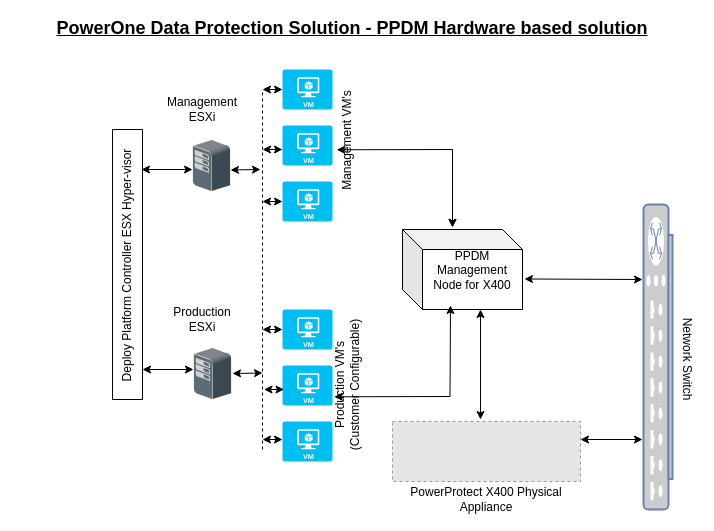
vishwa2311/PowerProtect keeps this draw.io diagram as Untitled Diagram.drawio. Above is the earlier version. Source tidied: cells renumbered, new cells numbered last; positions are measured from the earlier drawing's top-left corner, leaving out a move shared by most shapes. Both pictures are drawn from the tidied source at 100%, with x=0, y=0 at pixel (-8, 18). Pictures stored in the file or linked from it are replaced by grey dashed boxes.
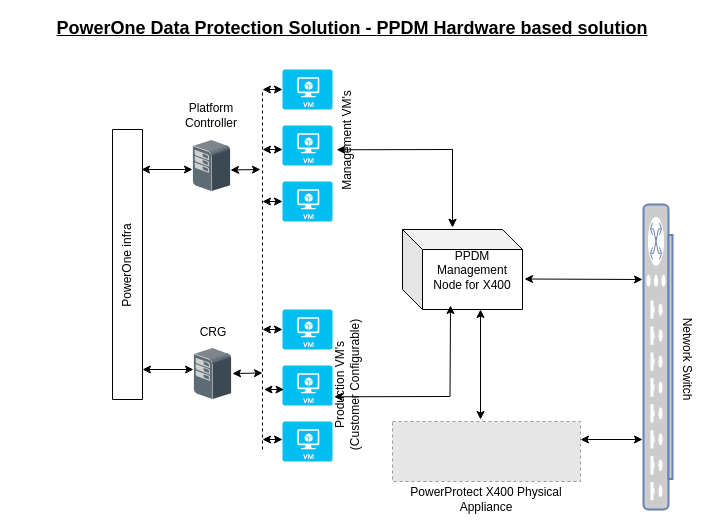
The same page after the edit.

Diff of the diagram source:
```diff
@@
-    <mxCell id="7" value="Management ESXi" style="text;html=1;strokeColor=none;fillColor=none;align=center;verticalAlign=middle;whiteSpace=wrap;rounded=0;" parent="1" vertex="1">
-      <mxGeometry x="190" y="81" width="40" height="20" as="geometry" />
+    <mxCell id="7" value="Platform Controller" style="text;html=1;strokeColor=none;fillColor=none;align=center;verticalAlign=middle;whiteSpace=wrap;rounded=0;" parent="1" vertex="1">
+      <mxGeometry x="199" y="87" width="40" height="20" as="geometry" />
     </mxCell>
@@
-    <mxCell id="12" value="Production ESXi" style="text;html=1;strokeColor=none;fillColor=none;align=center;verticalAlign=middle;whiteSpace=wrap;rounded=0;" parent="1" vertex="1">
-      <mxGeometry x="190" y="291" width="40" height="20" as="geometry" />
+    <mxCell id="12" value="CRG" style="text;html=1;strokeColor=none;fillColor=none;align=center;verticalAlign=middle;whiteSpace=wrap;rounded=0;" parent="1" vertex="1">
+      <mxGeometry x="201" y="304" width="40" height="20" as="geometry" />
     </mxCell>
@@
-    <mxCell id="17" value="Deploy Platform Controller ESX Hyper-visor" style="text;html=1;strokeColor=none;fillColor=none;align=center;verticalAlign=middle;whiteSpace=wrap;rounded=0;rotation=-90;" parent="1" vertex="1">
+    <mxCell id="17" value="PowerOne infra" style="text;html=1;strokeColor=none;fillColor=none;align=center;verticalAlign=middle;whiteSpace=wrap;rounded=0;rotation=-90;" parent="1" vertex="1">
       <mxGeometry x="2" y="232" width="266" height="30" as="geometry" />
     </mxCell>
```
